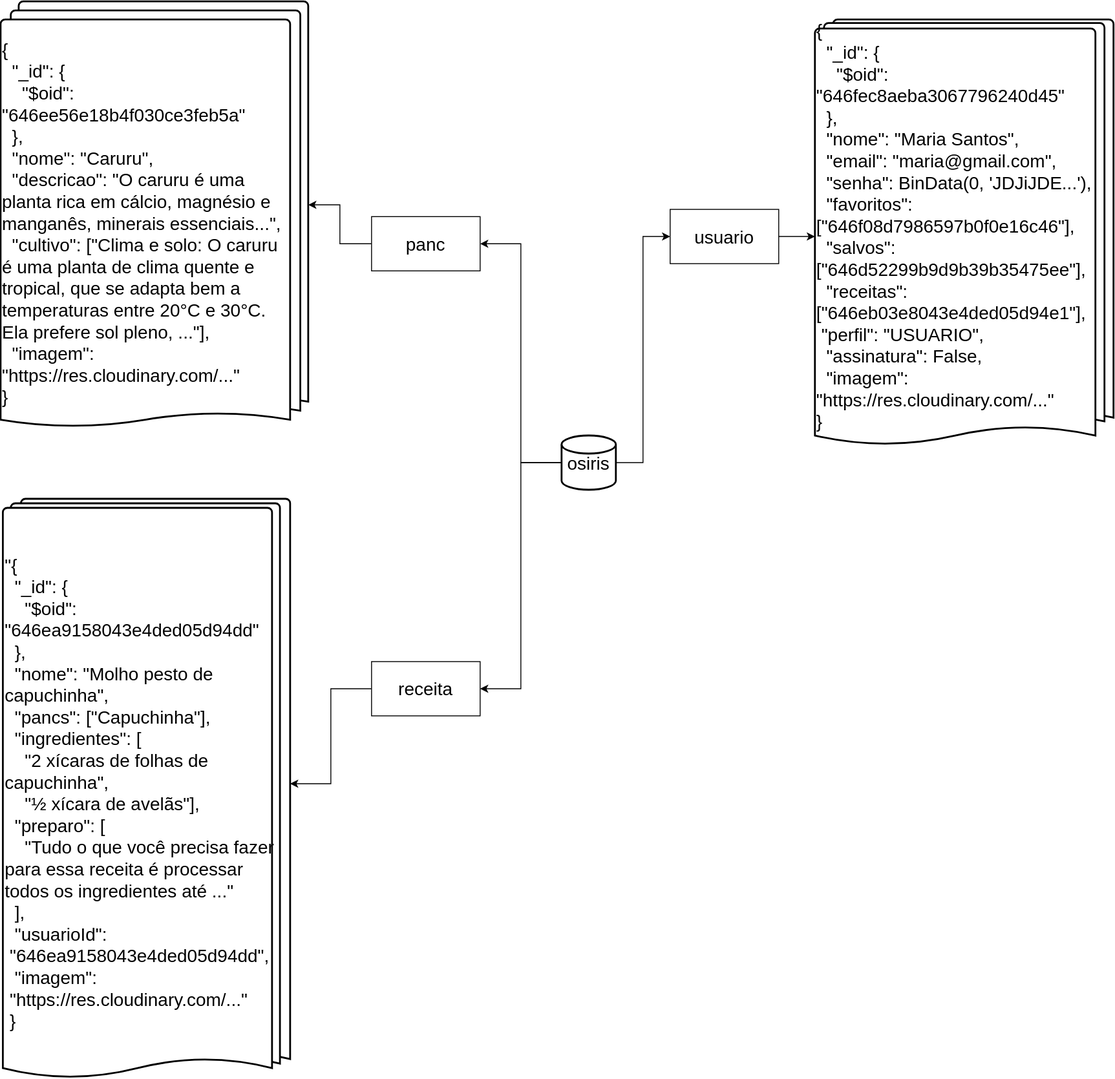
The draw.io diagram assets/diagrams/osiris_mongodb.drawio.svg in mfelipegs/osiris-database, before a commit. Source tidied: cells renumbered, new cells last; positions are measured from the earlier drawing's top-left corner, leaving out a move shared by most shapes.
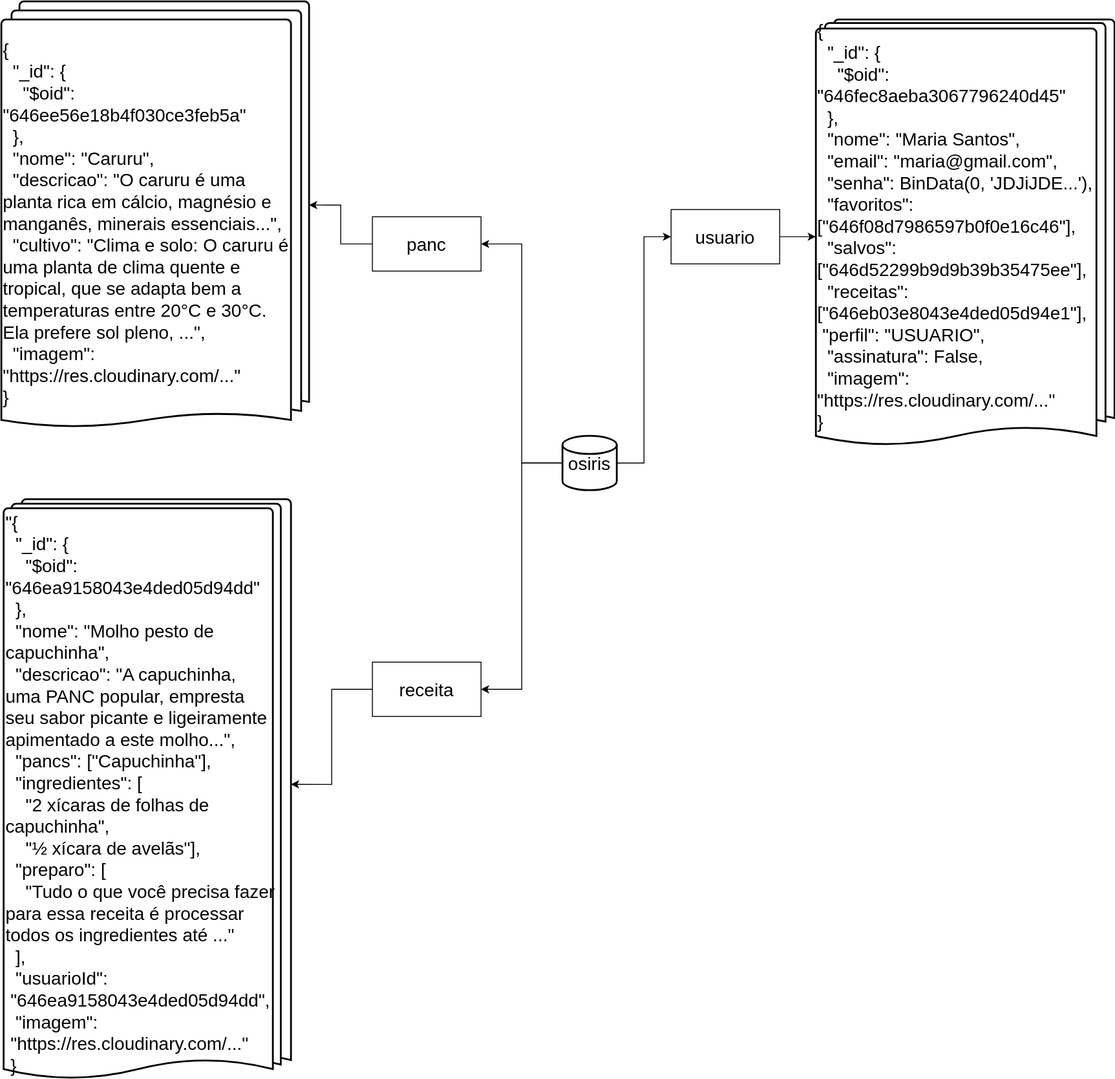
After the commit.

Commit message:
refactor: update MongoDB data model diagram

The edit, as a diff of the source:
```diff
@@ -53,10 +53,10 @@
     <mxCell id="18" value="&lt;div style=&quot;font-size: 20px;&quot;&gt;&lt;div style=&quot;font-size: 20px;&quot;&gt;{&lt;/div&gt;&lt;div style=&quot;font-size: 20px;&quot;&gt;&amp;nbsp; &quot;_id&quot;: {&lt;/div&gt;&lt;div style=&quot;font-size: 20px;&quot;&gt;&amp;nbsp; &amp;nbsp; &quot;$oid&quot;: &quot;646fec8aeba3067796240d45&quot;&lt;/div&gt;&lt;div style=&quot;font-size: 20px;&quot;&gt;&amp;nbsp; },&lt;/div&gt;&lt;div style=&quot;font-size: 20px;&quot;&gt;&amp;nbsp; &quot;nome&quot;: &quot;Maria Santos&quot;,&lt;/div&gt;&lt;div style=&quot;font-size: 20px;&quot;&gt;&amp;nbsp; &quot;email&quot;: &quot;maria@gmail.com&quot;,&lt;/div&gt;&lt;div style=&quot;font-size: 20px;&quot;&gt;&amp;nbsp; &quot;senha&quot;:&amp;nbsp;BinData(0, 'JDJiJDE...')&lt;span style=&quot;background-color: initial; font-size: 20px;&quot;&gt;,&lt;/span&gt;&lt;/div&gt;&lt;div style=&quot;font-size: 20px;&quot;&gt;&amp;nbsp; &quot;favoritos&quot;: [&lt;span style=&quot;background-color: initial; font-size: 20px;&quot;&gt;&quot;646f08d7986597b0f0e16c46&quot;&lt;/span&gt;&lt;span style=&quot;background-color: initial; font-size: 20px;&quot;&gt;],&lt;/span&gt;&lt;/div&gt;&lt;div style=&quot;font-size: 20px;&quot;&gt;&amp;nbsp; &quot;salvos&quot;: [&lt;span style=&quot;background-color: initial; font-size: 20px;&quot;&gt;&quot;646d52299b9d9b39b35475ee&quot;&lt;/span&gt;&lt;span style=&quot;background-color: initial; font-size: 20px;&quot;&gt;],&lt;/span&gt;&lt;/div&gt;&lt;div style=&quot;font-size: 20px;&quot;&gt;&amp;nbsp; &quot;receitas&quot;: [&lt;span style=&quot;background-color: initial; font-size: 20px;&quot;&gt;&quot;646eb03e8043e4ded05d94e1&quot;&lt;/span&gt;&lt;span style=&quot;background-color: initial; font-size: 20px;&quot;&gt;],&lt;/span&gt;&lt;/div&gt;&lt;div style=&quot;font-size: 20px;&quot;&gt;&amp;nbsp;&quot;perfil&quot;: &quot;USUARIO&quot;,&lt;br&gt;&amp;nbsp; &quot;assinatura&quot;: False,&lt;/div&gt;&lt;div style=&quot;font-size: 20px;&quot;&gt;&amp;nbsp; &quot;imagem&quot;: &quot;https://res.cloudinary.com/...&quot;&lt;/div&gt;&lt;div style=&quot;font-size: 20px;&quot;&gt;}&lt;/div&gt;&lt;div style=&quot;font-size: 20px;&quot;&gt;&lt;br style=&quot;font-size: 20px;&quot;&gt;&lt;/div&gt;&lt;/div&gt;" style="strokeWidth=2;html=1;shape=mxgraph.flowchart.document2;whiteSpace=wrap;size=0.04308933165015244;align=left;fontSize=20;" parent="1" vertex="1">
       <mxGeometry x="900" y="30" width="310" height="460" as="geometry" />
     </mxCell>
-    <mxCell id="19" value="&lt;div style=&quot;font-size: 20px;&quot;&gt;&lt;div style=&quot;font-size: 20px;&quot;&gt;{&lt;/div&gt;&lt;div style=&quot;font-size: 20px;&quot;&gt;&amp;nbsp; &quot;_id&quot;: {&lt;/div&gt;&lt;div style=&quot;font-size: 20px;&quot;&gt;&amp;nbsp; &amp;nbsp; &quot;$oid&quot;: &quot;646ee56e18b4f030ce3feb5a&quot;&lt;/div&gt;&lt;div style=&quot;font-size: 20px;&quot;&gt;&amp;nbsp; },&lt;/div&gt;&lt;div style=&quot;font-size: 20px;&quot;&gt;&amp;nbsp; &quot;nome&quot;: &quot;Caruru&quot;,&lt;/div&gt;&lt;div style=&quot;font-size: 20px;&quot;&gt;&amp;nbsp; &quot;descricao&quot;: &quot;O caruru é uma planta rica em cálcio, magnésio e manganês, minerais essenciais...&quot;,&lt;/div&gt;&lt;div style=&quot;font-size: 20px;&quot;&gt;&amp;nbsp; &quot;cultivo&quot;: [&quot;Clima e solo: O caruru é uma planta de clima quente e tropical, que se adapta bem a temperaturas entre 20°C e 30°C. Ela prefere sol pleno, ...&quot;],&lt;/div&gt;&lt;div style=&quot;font-size: 20px;&quot;&gt;&amp;nbsp; &quot;imagem&quot;: &quot;https://res.cloudinary.com/...&lt;span style=&quot;background-color: initial;&quot;&gt;&quot;&lt;/span&gt;&lt;/div&gt;&lt;div style=&quot;font-size: 20px;&quot;&gt;}&lt;/div&gt;&lt;/div&gt;" style="strokeWidth=2;html=1;shape=mxgraph.flowchart.document2;whiteSpace=wrap;size=0.03333322030526612;align=left;fontSize=20;" parent="1" vertex="1">
+    <mxCell id="19" value="&lt;div style=&quot;font-size: 20px;&quot;&gt;&lt;div style=&quot;font-size: 20px;&quot;&gt;{&lt;/div&gt;&lt;div style=&quot;font-size: 20px;&quot;&gt;&amp;nbsp; &quot;_id&quot;: {&lt;/div&gt;&lt;div style=&quot;font-size: 20px;&quot;&gt;&amp;nbsp; &amp;nbsp; &quot;$oid&quot;: &quot;646ee56e18b4f030ce3feb5a&quot;&lt;/div&gt;&lt;div style=&quot;font-size: 20px;&quot;&gt;&amp;nbsp; },&lt;/div&gt;&lt;div style=&quot;font-size: 20px;&quot;&gt;&amp;nbsp; &quot;nome&quot;: &quot;Caruru&quot;,&lt;/div&gt;&lt;div style=&quot;font-size: 20px;&quot;&gt;&amp;nbsp; &quot;descricao&quot;: &quot;O caruru é uma planta rica em cálcio, magnésio e manganês, minerais essenciais...&quot;,&lt;/div&gt;&lt;div style=&quot;font-size: 20px;&quot;&gt;&amp;nbsp; &quot;cultivo&quot;: &quot;Clima e solo: O caruru é uma planta de clima quente e tropical, que se adapta bem a temperaturas entre 20°C e 30°C. Ela prefere sol pleno, ...&quot;,&lt;/div&gt;&lt;div style=&quot;font-size: 20px;&quot;&gt;&amp;nbsp; &quot;imagem&quot;: &quot;https://res.cloudinary.com/...&lt;span style=&quot;background-color: initial;&quot;&gt;&quot;&lt;/span&gt;&lt;/div&gt;&lt;div style=&quot;font-size: 20px;&quot;&gt;}&lt;/div&gt;&lt;/div&gt;" style="strokeWidth=2;html=1;shape=mxgraph.flowchart.document2;whiteSpace=wrap;size=0.03333322030526612;align=left;fontSize=20;" parent="1" vertex="1">
       <mxGeometry y="20" width="320" height="450" as="geometry" />
     </mxCell>
-    <mxCell id="20" value="&lt;div style=&quot;font-size: 20px;&quot;&gt;&lt;div style=&quot;font-size: 20px;&quot;&gt;&quot;{&lt;/div&gt;&lt;div style=&quot;font-size: 20px;&quot;&gt;&lt;span style=&quot;font-size: 20px;&quot;&gt;&amp;nbsp; &quot;_id&quot;: {&lt;/span&gt;&lt;/div&gt;&lt;div style=&quot;font-size: 20px;&quot;&gt;&lt;span style=&quot;font-size: 20px;&quot;&gt;&amp;nbsp; &amp;nbsp; &quot;$oid&quot;: &quot;646ea9158043e4ded05d94dd&quot;&lt;/span&gt;&lt;/div&gt;&lt;div style=&quot;font-size: 20px;&quot;&gt;&lt;span style=&quot;font-size: 20px;&quot;&gt;&amp;nbsp; },&lt;/span&gt;&lt;/div&gt;&lt;div style=&quot;font-size: 20px;&quot;&gt;&lt;span style=&quot;font-size: 20px;&quot;&gt;&amp;nbsp; &quot;nome&quot;: &quot;Molho pesto de capuchinha&quot;,&lt;/span&gt;&lt;/div&gt;&lt;div style=&quot;font-size: 20px;&quot;&gt;&lt;span style=&quot;font-size: 20px;&quot;&gt;&amp;nbsp; &quot;pancs&quot;: [&lt;/span&gt;&lt;span style=&quot;background-color: initial; font-size: 20px;&quot;&gt;&quot;Capuchinha&quot;&lt;/span&gt;&lt;span style=&quot;background-color: initial; font-size: 20px;&quot;&gt;],&lt;/span&gt;&lt;/div&gt;&lt;div style=&quot;font-size: 20px;&quot;&gt;&lt;span style=&quot;font-size: 20px;&quot;&gt;&amp;nbsp; &quot;ingredientes&quot;: [&lt;/span&gt;&lt;/div&gt;&lt;div style=&quot;font-size: 20px;&quot;&gt;&lt;span style=&quot;font-size: 20px;&quot;&gt;&amp;nbsp; &amp;nbsp; &quot;2 xícaras de folhas de capuchinha&quot;,&lt;/span&gt;&lt;/div&gt;&lt;div style=&quot;font-size: 20px;&quot;&gt;&lt;span style=&quot;font-size: 20px;&quot;&gt;&amp;nbsp; &amp;nbsp; &quot;½ xícara de avelãs&quot;&lt;/span&gt;&lt;span style=&quot;background-color: initial; font-size: 20px;&quot;&gt;],&lt;/span&gt;&lt;/div&gt;&lt;div style=&quot;font-size: 20px;&quot;&gt;&lt;span style=&quot;font-size: 20px;&quot;&gt;&amp;nbsp; &quot;preparo&quot;: [&lt;/span&gt;&lt;/div&gt;&lt;div style=&quot;font-size: 20px;&quot;&gt;&lt;span style=&quot;font-size: 20px;&quot;&gt;&amp;nbsp; &amp;nbsp; &quot;Tudo o que você precisa fazer para essa receita é processar todos os ingredientes até ...&quot;&lt;/span&gt;&lt;/div&gt;&lt;div style=&quot;font-size: 20px;&quot;&gt;&lt;span style=&quot;font-size: 20px;&quot;&gt;&amp;nbsp; ],&lt;/span&gt;&lt;/div&gt;&lt;div style=&quot;font-size: 20px;&quot;&gt;&amp;nbsp; &quot;usuarioId&quot;:&amp;nbsp; &amp;nbsp;&quot;&lt;span style=&quot;background-color: initial;&quot;&gt;646ea9158043e4ded05d94dd&quot;,&lt;/span&gt;&lt;span style=&quot;background-color: initial;&quot;&gt;&amp;nbsp;&lt;/span&gt;&lt;/div&gt;&lt;div style=&quot;font-size: 20px;&quot;&gt;&lt;span style=&quot;font-size: 20px;&quot;&gt;&amp;nbsp; &quot;imagem&quot;:&amp;nbsp; &amp;nbsp; &amp;nbsp; &amp;nbsp;&lt;/span&gt;&quot;https://res.cloudinary.com/...&lt;span style=&quot;background-color: initial; border-color: var(--border-color);&quot;&gt;&quot;&lt;/span&gt;&lt;/div&gt;&lt;div style=&quot;font-size: 20px;&quot;&gt;&lt;span style=&quot;font-size: 20px;&quot;&gt;&amp;nbsp;}&lt;/span&gt;&lt;/div&gt;&lt;/div&gt;" style="strokeWidth=2;html=1;shape=mxgraph.flowchart.document2;whiteSpace=wrap;size=0.03333322030526612;align=left;fontSize=20;" parent="1" vertex="1">
+    <mxCell id="20" value="&lt;div style=&quot;font-size: 20px;&quot;&gt;&lt;div style=&quot;font-size: 20px;&quot;&gt;&quot;{&lt;/div&gt;&lt;div style=&quot;font-size: 20px;&quot;&gt;&lt;span style=&quot;font-size: 20px;&quot;&gt;&amp;nbsp; &quot;_id&quot;: {&lt;/span&gt;&lt;/div&gt;&lt;div style=&quot;font-size: 20px;&quot;&gt;&lt;span style=&quot;font-size: 20px;&quot;&gt;&amp;nbsp; &amp;nbsp; &quot;$oid&quot;: &quot;646ea9158043e4ded05d94dd&quot;&lt;/span&gt;&lt;/div&gt;&lt;div style=&quot;font-size: 20px;&quot;&gt;&lt;span style=&quot;font-size: 20px;&quot;&gt;&amp;nbsp; },&lt;/span&gt;&lt;/div&gt;&lt;div style=&quot;font-size: 20px;&quot;&gt;&lt;span style=&quot;font-size: 20px;&quot;&gt;&amp;nbsp; &quot;nome&quot;: &quot;Molho pesto de capuchinha&quot;,&lt;/span&gt;&lt;/div&gt;&lt;div style=&quot;font-size: 20px;&quot;&gt;&amp;nbsp; &quot;descricao&quot;: &quot;A capuchinha, uma PANC popular, empresta seu sabor picante e ligeiramente apimentado a este molho...&lt;span style=&quot;background-color: initial;&quot;&gt;&quot;,&lt;/span&gt;&lt;/div&gt;&lt;div style=&quot;font-size: 20px;&quot;&gt;&lt;span style=&quot;font-size: 20px;&quot;&gt;&amp;nbsp; &quot;pancs&quot;: [&lt;/span&gt;&lt;span style=&quot;background-color: initial; font-size: 20px;&quot;&gt;&quot;Capuchinha&quot;&lt;/span&gt;&lt;span style=&quot;background-color: initial; font-size: 20px;&quot;&gt;],&lt;/span&gt;&lt;/div&gt;&lt;div style=&quot;font-size: 20px;&quot;&gt;&lt;span style=&quot;font-size: 20px;&quot;&gt;&amp;nbsp; &quot;ingredientes&quot;: [&lt;/span&gt;&lt;/div&gt;&lt;div style=&quot;font-size: 20px;&quot;&gt;&lt;span style=&quot;font-size: 20px;&quot;&gt;&amp;nbsp; &amp;nbsp; &quot;2 xícaras de folhas de capuchinha&quot;,&lt;/span&gt;&lt;/div&gt;&lt;div style=&quot;font-size: 20px;&quot;&gt;&lt;span style=&quot;font-size: 20px;&quot;&gt;&amp;nbsp; &amp;nbsp; &quot;½ xícara de avelãs&quot;&lt;/span&gt;&lt;span style=&quot;background-color: initial; font-size: 20px;&quot;&gt;],&lt;/span&gt;&lt;/div&gt;&lt;div style=&quot;font-size: 20px;&quot;&gt;&lt;span style=&quot;font-size: 20px;&quot;&gt;&amp;nbsp; &quot;preparo&quot;: [&lt;/span&gt;&lt;/div&gt;&lt;div style=&quot;font-size: 20px;&quot;&gt;&lt;span style=&quot;font-size: 20px;&quot;&gt;&amp;nbsp; &amp;nbsp; &quot;Tudo o que você precisa fazer para essa receita é processar todos os ingredientes até ...&quot;&lt;/span&gt;&lt;/div&gt;&lt;div style=&quot;font-size: 20px;&quot;&gt;&lt;span style=&quot;font-size: 20px;&quot;&gt;&amp;nbsp; ],&lt;/span&gt;&lt;/div&gt;&lt;div style=&quot;font-size: 20px;&quot;&gt;&amp;nbsp; &quot;usuarioId&quot;:&amp;nbsp; &amp;nbsp;&quot;&lt;span style=&quot;background-color: initial;&quot;&gt;646ea9158043e4ded05d94dd&quot;,&lt;/span&gt;&lt;span style=&quot;background-color: initial;&quot;&gt;&amp;nbsp;&lt;/span&gt;&lt;/div&gt;&lt;div style=&quot;font-size: 20px;&quot;&gt;&lt;span style=&quot;font-size: 20px;&quot;&gt;&amp;nbsp; &quot;imagem&quot;:&amp;nbsp; &amp;nbsp; &amp;nbsp; &amp;nbsp;&lt;/span&gt;&quot;https://res.cloudinary.com/...&lt;span style=&quot;background-color: initial; border-color: var(--border-color);&quot;&gt;&quot;&lt;/span&gt;&lt;/div&gt;&lt;div style=&quot;font-size: 20px;&quot;&gt;&lt;span style=&quot;font-size: 20px;&quot;&gt;&amp;nbsp;}&lt;/span&gt;&lt;/div&gt;&lt;/div&gt;" style="strokeWidth=2;html=1;shape=mxgraph.flowchart.document2;whiteSpace=wrap;size=0.03333322030526612;align=left;fontSize=20;" parent="1" vertex="1">
       <mxGeometry x="2.5" y="560" width="297.5" height="630" as="geometry" />
     </mxCell>
   </root>
```
